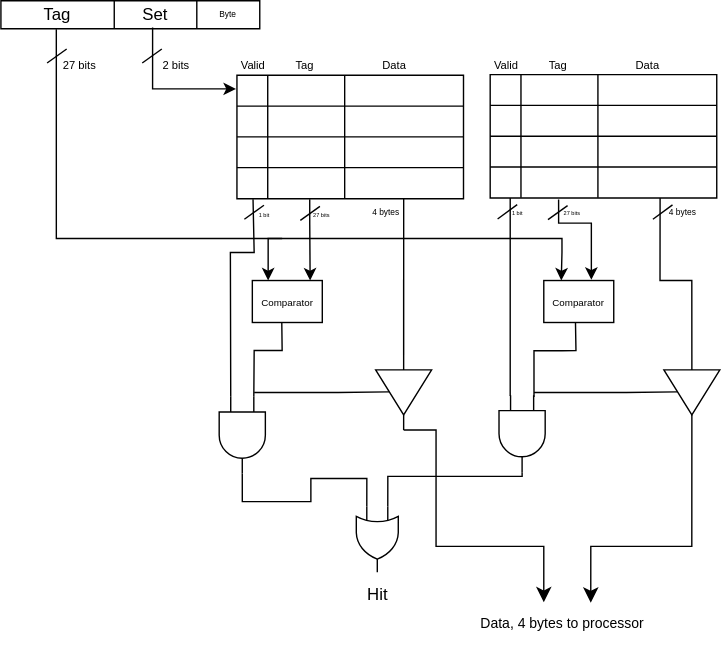
Goodr-Interactive/viz-computer-systems keeps this draw.io diagram as src/assets/associativity-direct-2-ways.svg. Above is the earlier version. Source tidied: cells renumbered, new cells last; positions are measured from the earlier drawing's top-left corner, leaving out a move shared by most shapes.
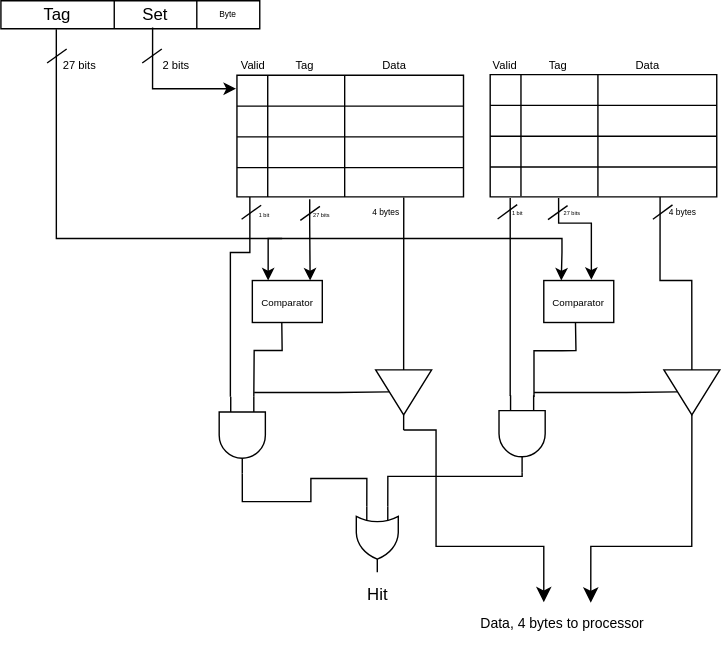
The same file after the commit.

Commit message:
4-way associative diagram

The edit, as a diff of the source:
```diff
@@ -33,7 +33,7 @@
       <mxGeometry x="17.7" y="33.3" width="212.3" height="176.7" as="geometry" />
     </mxCell>
     <mxCell id="12" style="shape=table;startSize=0;fontSize=16;" parent="11" vertex="1">
-      <mxGeometry width="161.9" height="88.2" as="geometry" />
+      <mxGeometry width="161.9" height="86.9" as="geometry" />
     </mxCell>
     <mxCell id="13" style="shape=tableRow;horizontal=0;startSize=0;swimlaneHead=0;swimlaneBody=0;strokeColor=inherit;top=0;left=0;bottom=0;right=0;fillColor=none;fontSize=16;" parent="12" vertex="1">
       <mxGeometry width="161.9" height="22" as="geometry" />
@@ -72,16 +72,16 @@
       <mxGeometry x="77" width="85" height="22" as="geometry" />
     </mxCell>
     <mxCell id="25" style="shape=tableRow;horizontal=0;startSize=0;swimlaneHead=0;swimlaneBody=0;strokeColor=inherit;top=0;left=0;bottom=0;right=0;fillColor=none;points=[[0,0.5],[1,0.5]];portConstraint=eastwest;fontSize=16;" parent="12" vertex="1">
-      <mxGeometry y="66" width="161.9" height="22" as="geometry" />
+      <mxGeometry y="66" width="161.9" height="21" as="geometry" />
     </mxCell>
     <mxCell id="26" style="shape=partialRectangle;html=1;whiteSpace=wrap;strokeColor=inherit;overflow=hidden;fillColor=none;top=0;left=0;bottom=0;right=0;fontSize=16;" parent="25" vertex="1">
-      <mxGeometry width="22" height="22" as="geometry" />
+      <mxGeometry width="22" height="21" as="geometry" />
     </mxCell>
     <mxCell id="27" style="shape=partialRectangle;html=1;whiteSpace=wrap;strokeColor=inherit;overflow=hidden;fillColor=none;top=0;left=0;bottom=0;right=0;fontSize=16;" parent="25" vertex="1">
-      <mxGeometry x="22" width="55" height="22" as="geometry" />
+      <mxGeometry x="22" width="55" height="21" as="geometry" />
     </mxCell>
     <mxCell id="28" style="shape=partialRectangle;html=1;whiteSpace=wrap;strokeColor=inherit;overflow=hidden;fillColor=none;top=0;left=0;bottom=0;right=0;fontSize=16;" parent="25" vertex="1">
-      <mxGeometry x="77" width="85" height="22" as="geometry" />
+      <mxGeometry x="77" width="85" height="21" as="geometry" />
     </mxCell>
     <mxCell id="29" value="&lt;font style=&quot;font-size: 7px;&quot;&gt;Comparator&lt;/font&gt;" style="rounded=0;whiteSpace=wrap;html=1;" parent="11" vertex="1">
       <mxGeometry x="11" y="146.7" width="50" height="30" as="geometry" />
@@ -94,8 +94,8 @@
     </mxCell>
     <mxCell id="32" style="endArrow=none;html=1;rounded=0;" parent="11" edge="1">
       <mxGeometry relative="1" as="geometry">
-        <mxPoint x="5.3" y="102.9" as="sourcePoint" />
-        <mxPoint x="19.3" y="92.9" as="targetPoint" />
+        <mxPoint x="3.3" y="102.9" as="sourcePoint" />
+        <mxPoint x="17.3" y="92.9" as="targetPoint" />
       </mxGeometry>
     </mxCell>
     <mxCell id="33" style="endArrow=none;html=1;rounded=0;exitX=0;exitY=0.75;exitDx=0;exitDy=0;exitPerimeter=0;" parent="11" edge="1">
@@ -107,6 +107,9 @@
         </Array>
       </mxGeometry>
     </mxCell>
+    <mxCell id="51" value="Valid" style="text;html=1;align=center;verticalAlign=middle;strokeColor=none;fillColor=none;fontSize=8;" parent="7" vertex="1">
+      <mxGeometry x="189" y="16" width="40" height="20" as="geometry" />
+    </mxCell>
     <mxCell id="34" style="edgeStyle=orthogonalEdgeStyle;rounded=0;orthogonalLoop=1;jettySize=auto;html=1;exitX=0.245;exitY=0.978;exitDx=0;exitDy=0;exitPerimeter=0;" parent="1" edge="1">
       <mxGeometry relative="1" as="geometry">
         <mxPoint x="220.7" y="141.8" as="sourcePoint" />
@@ -180,14 +183,6 @@
         </Array>
       </mxGeometry>
     </mxCell>
-    <mxCell id="47" style="endArrow=none;html=1;rounded=0;entryX=0.071;entryY=1.025;entryDx=0;entryDy=0;entryPerimeter=0;exitX=0;exitY=0.75;exitDx=0;exitDy=0;exitPerimeter=0;" parent="1" edge="1" source="45" target="25">
-      <mxGeometry relative="1" as="geometry">
-        <Array as="points">
-          <mxPoint x="164" y="180" />
-          <mxPoint x="181" y="180" />
-        </Array>
-      </mxGeometry>
-    </mxCell>
     <mxCell id="48" style="endArrow=none;html=1;rounded=0;" parent="1" edge="1">
       <mxGeometry relative="1" as="geometry">
         <mxPoint x="214" y="157" as="sourcePoint" />
@@ -200,9 +195,6 @@
     <mxCell id="50" style="edgeStyle=orthogonalEdgeStyle;rounded=0;jettySize=auto;html=1;entryX=-0.004;entryY=0.11;entryDx=0;entryDy=0;entryPerimeter=0;exitX=0.586;exitY=0.957;exitDx=0;exitDy=0;exitPerimeter=0;" parent="1" edge="1" source="3" target="12">
       <mxGeometry relative="1" as="geometry" />
     </mxCell>
-    <mxCell id="51" value="Valid" style="text;html=1;align=center;verticalAlign=middle;strokeColor=none;fillColor=none;fontSize=8;" parent="1" vertex="1">
-      <mxGeometry x="341" y="35.5" width="40" height="20" as="geometry" />
-    </mxCell>
     <mxCell id="52" value="Tag" style="text;html=1;align=center;verticalAlign=middle;strokeColor=none;fillColor=none;fontSize=8;" parent="1" vertex="1">
       <mxGeometry x="378" y="35.5" width="40" height="20" as="geometry" />
     </mxCell>
@@ -218,7 +210,7 @@
       </mxGeometry>
     </mxCell>
     <mxCell id="55" style="shape=table;startSize=0;fontSize=16;" parent="1" vertex="1">
-      <mxGeometry x="349.7" y="52.8" width="161.9" height="88.2" as="geometry" />
+      <mxGeometry x="349.7" y="52.8" width="161.9" height="87.4" as="geometry" />
     </mxCell>
     <mxCell id="56" style="shape=tableRow;horizontal=0;startSize=0;swimlaneHead=0;swimlaneBody=0;strokeColor=inherit;top=0;left=0;bottom=0;right=0;fillColor=none;fontSize=16;" parent="55" vertex="1">
       <mxGeometry width="161.9" height="22" as="geometry" />
@@ -257,16 +249,16 @@
       <mxGeometry x="77" width="85" height="22" as="geometry" />
     </mxCell>
     <mxCell id="68" style="shape=tableRow;horizontal=0;startSize=0;swimlaneHead=0;swimlaneBody=0;strokeColor=inherit;top=0;left=0;bottom=0;right=0;fillColor=none;points=[[0,0.5],[1,0.5]];portConstraint=eastwest;fontSize=16;" parent="55" vertex="1">
-      <mxGeometry y="66" width="161.9" height="22" as="geometry" />
+      <mxGeometry y="66" width="161.9" height="21" as="geometry" />
     </mxCell>
     <mxCell id="69" style="shape=partialRectangle;html=1;whiteSpace=wrap;strokeColor=inherit;overflow=hidden;fillColor=none;top=0;left=0;bottom=0;right=0;fontSize=16;" parent="68" vertex="1">
-      <mxGeometry width="22" height="22" as="geometry" />
+      <mxGeometry width="22" height="21" as="geometry" />
     </mxCell>
     <mxCell id="70" style="shape=partialRectangle;html=1;whiteSpace=wrap;strokeColor=inherit;overflow=hidden;fillColor=none;top=0;left=0;bottom=0;right=0;fontSize=16;" parent="68" vertex="1">
-      <mxGeometry x="22" width="55" height="22" as="geometry" />
+      <mxGeometry x="22" width="55" height="21" as="geometry" />
     </mxCell>
     <mxCell id="71" style="shape=partialRectangle;html=1;whiteSpace=wrap;strokeColor=inherit;overflow=hidden;fillColor=none;top=0;left=0;bottom=0;right=0;fontSize=16;" parent="68" vertex="1">
-      <mxGeometry x="77" width="85" height="22" as="geometry" />
+      <mxGeometry x="77" width="85" height="21" as="geometry" />
     </mxCell>
     <mxCell id="72" value="4 bytes" style="text;html=1;align=center;verticalAlign=middle;strokeColor=none;fillColor=none;fontSize=6;" parent="1" vertex="1">
       <mxGeometry x="467" y="142" width="40" height="20" as="geometry" />
@@ -370,5 +362,14 @@
         <mxPoint x="480" y="145.9" as="targetPoint" />
       </mxGeometry>
     </mxCell>
+    <mxCell id="90" style="edgeStyle=orthogonalEdgeStyle;rounded=0;jettySize=auto;html=1;endArrow=none;startFill=0;exitX=0.057;exitY=0.995;exitDx=0;exitDy=0;exitPerimeter=0;entryX=0;entryY=0.75;entryDx=0;entryDy=0;entryPerimeter=0;" parent="1" edge="1" source="25" target="45">
+      <mxGeometry relative="1" as="geometry">
+        <Array as="points">
+          <mxPoint x="178" y="180" />
+          <mxPoint x="164" y="180" />
+          <mxPoint x="164" y="283" />
+        </Array>
+      </mxGeometry>
+    </mxCell>
   </root>
 </mxGraphModel>
```
